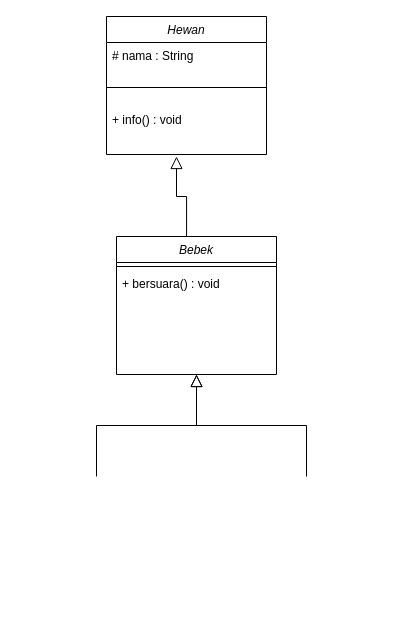
Before: inheritance/drawio/hybrid.drawio in F1RLY/pbo_praktikum4_firly, a draw.io diagram. Source tidied: cells renumbered, new cells numbered last; positions are measured from the earlier drawing's top-left corner, leaving out a move shared by most shapes. Both pictures are drawn from the tidied source at 100%, with x=0, y=0 at pixel (96, 16).
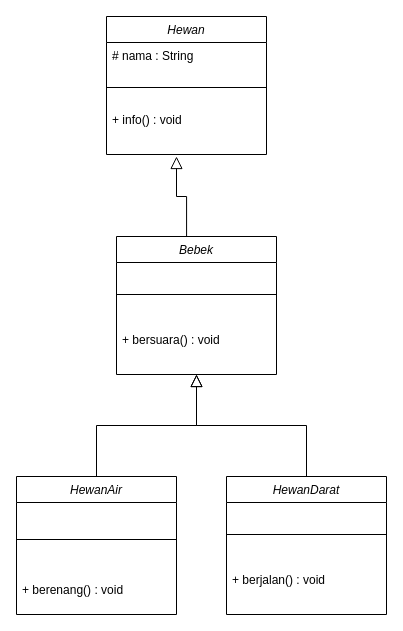
Above is the later version.

Change to the diagram source:
```diff
@@
 <mxGraphModel>
   <root>
     <mxCell id="0" />
     <mxCell id="1" parent="0" />
     <mxCell id="2" value="Bebek" style="swimlane;fontStyle=2;align=center;verticalAlign=top;horizontal=1;startSize=26;rounded=0;shadow=0;strokeWidth=1;" parent="1" vertex="1">
       <mxGeometry x="20" y="220" width="160" height="138" as="geometry" />
     </mxCell>
     <mxCell id="3" style="line;html=1;strokeWidth=1;align=left;verticalAlign=middle;spacingTop=-1;spacingLeft=3;spacingRight=3;labelPosition=right;" parent="2" vertex="1">
-      <mxGeometry y="26" width="160" height="8" as="geometry" />
+      <mxGeometry y="26" width="160" height="64" as="geometry" />
     </mxCell>
     <mxCell id="4" value="+ bersuara() : void " style="text;align=left;verticalAlign=top;spacingLeft=4;spacingRight=4;overflow=hidden;" parent="2" vertex="1">
-      <mxGeometry y="34" width="160" height="26" as="geometry" />
+      <mxGeometry y="90" width="160" height="26" as="geometry" />
     </mxCell>
     <mxCell id="5" style="endArrow=block;endSize=10;endFill=0;shadow=0;strokeWidth=1;rounded=0;curved=0;edgeStyle=elbowEdgeStyle;elbow=vertical;" parent="1" edge="1" target="2">
       <mxGeometry relative="1" as="geometry">
         <mxPoint y="460" as="sourcePoint" />
       </mxGeometry>
     </mxCell>
     <mxCell id="6" style="endArrow=block;endSize=10;endFill=0;shadow=0;strokeWidth=1;rounded=0;curved=0;edgeStyle=elbowEdgeStyle;elbow=vertical;" parent="1" edge="1" target="2">
       <mxGeometry relative="1" as="geometry">
         <mxPoint x="210" y="460" as="sourcePoint" />
       </mxGeometry>
     </mxCell>
     <mxCell id="7" value="Hewan" style="swimlane;fontStyle=2;align=center;verticalAlign=top;horizontal=1;startSize=26;rounded=0;shadow=0;strokeWidth=1;" parent="1" vertex="1">
       <mxGeometry x="10" width="160" height="138" as="geometry" />
     </mxCell>
     <mxCell id="8" value="# nama : String" style="text;align=left;verticalAlign=top;spacingLeft=4;spacingRight=4;overflow=hidden;" parent="7" vertex="1">
       <mxGeometry y="26" width="160" height="26" as="geometry" />
     </mxCell>
     <mxCell id="9" style="line;html=1;strokeWidth=1;align=left;verticalAlign=middle;spacingTop=-1;spacingLeft=3;spacingRight=3;labelPosition=right;" parent="7" vertex="1">
       <mxGeometry y="52" width="160" height="38" as="geometry" />
     </mxCell>
     <mxCell id="10" value="+ info() : void" style="text;align=left;verticalAlign=top;spacingLeft=4;spacingRight=4;overflow=hidden;" parent="7" vertex="1">
       <mxGeometry y="90" width="160" height="26" as="geometry" />
     </mxCell>
     <mxCell id="11" style="endArrow=block;endSize=10;endFill=0;shadow=0;strokeWidth=1;rounded=0;curved=0;edgeStyle=elbowEdgeStyle;elbow=vertical;exitX=0.438;exitY=0;exitDx=0;exitDy=0;exitPerimeter=0;" parent="1" edge="1" source="2">
       <mxGeometry relative="1" as="geometry">
         <mxPoint x="80" y="140" as="targetPoint" />
       </mxGeometry>
     </mxCell>
+    <mxCell id="12" value="HewanAir" style="swimlane;fontStyle=2;align=center;verticalAlign=top;horizontal=1;startSize=26;rounded=0;shadow=0;strokeWidth=1;" parent="1" vertex="1">
+      <mxGeometry x="-80" y="460" width="160" height="138" as="geometry" />
+    </mxCell>
+    <mxCell id="13" style="line;html=1;strokeWidth=1;align=left;verticalAlign=middle;spacingTop=-1;spacingLeft=3;spacingRight=3;labelPosition=right;" parent="12" vertex="1">
+      <mxGeometry y="26" width="160" height="74" as="geometry" />
+    </mxCell>
+    <mxCell id="14" value="+ berenang() : void " style="text;align=left;verticalAlign=top;spacingLeft=4;spacingRight=4;overflow=hidden;" parent="12" vertex="1">
+      <mxGeometry y="100" width="160" height="26" as="geometry" />
+    </mxCell>
+    <mxCell id="15" value="HewanDarat" style="swimlane;fontStyle=2;align=center;verticalAlign=top;horizontal=1;startSize=26;rounded=0;shadow=0;strokeWidth=1;" parent="1" vertex="1">
+      <mxGeometry x="130" y="460" width="160" height="138" as="geometry" />
+    </mxCell>
+    <mxCell id="16" style="line;html=1;strokeWidth=1;align=left;verticalAlign=middle;spacingTop=-1;spacingLeft=3;spacingRight=3;labelPosition=right;" parent="15" vertex="1">
+      <mxGeometry y="26" width="160" height="64" as="geometry" />
+    </mxCell>
+    <mxCell id="17" value="+ berjalan() : void " style="text;align=left;verticalAlign=top;spacingLeft=4;spacingRight=4;overflow=hidden;" parent="15" vertex="1">
+      <mxGeometry y="90" width="160" height="26" as="geometry" />
+    </mxCell>
   </root>
 </mxGraphModel>
```
